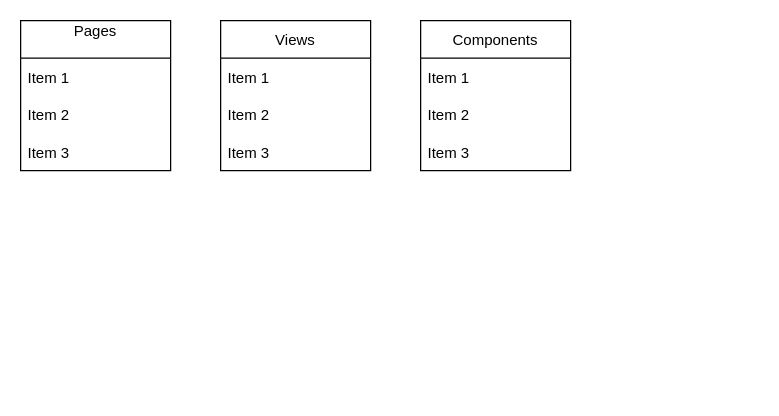
Shoam611/Tests-System keeps this draw.io diagram as page "Merge" (5 of 5) of UML-Server.drawio. Above is the earlier version. Source tidied: cells renumbered, new cells numbered last; positions are measured from the earlier drawing's top-left corner, leaving out a move shared by most shapes. Both pictures are drawn from the tidied source at 125%, with x=0, y=0 at pixel (20, 20).
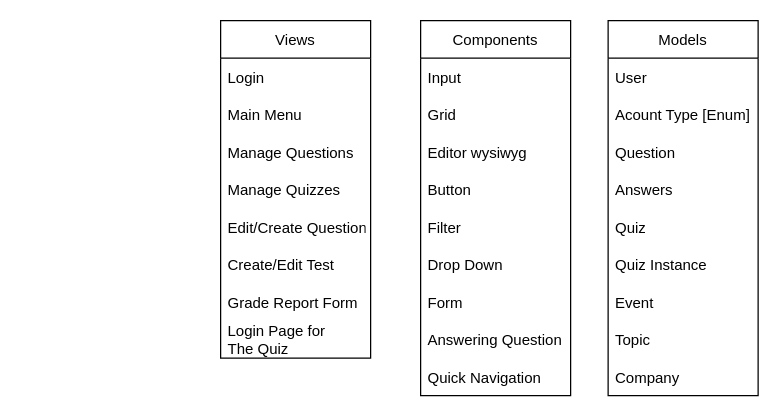
The same diagram, later.

Diff of the diagram source:
```diff
@@
-    <mxCell id="2" value="Pages&#10;" style="swimlane;fontStyle=0;horizontal=1;startSize=30;" parent="1" vertex="1">
-      <mxGeometry width="120" height="120" as="geometry" />
-    </mxCell>
-    <mxCell id="3" value="Item 1" style="text;strokeColor=none;fillColor=none;align=left;verticalAlign=middle;spacingLeft=4;spacingRight=4;overflow=hidden;" parent="2" vertex="1">
-      <mxGeometry y="30" width="120" height="30" as="geometry" />
-    </mxCell>
-    <mxCell id="4" value="Item 2" style="text;strokeColor=none;fillColor=none;align=left;verticalAlign=middle;spacingLeft=4;spacingRight=4;overflow=hidden;" parent="2" vertex="1">
-      <mxGeometry y="60" width="120" height="30" as="geometry" />
-    </mxCell>
-    <mxCell id="5" value="Item 3" style="text;strokeColor=none;fillColor=none;align=left;verticalAlign=middle;spacingLeft=4;spacingRight=4;overflow=hidden;" parent="2" vertex="1">
-      <mxGeometry y="90" width="120" height="30" as="geometry" />
-    </mxCell>
     <mxCell id="6" value="Views" style="swimlane;fontStyle=0;horizontal=1;startSize=30;" parent="1" vertex="1">
-      <mxGeometry x="160" width="120" height="120" as="geometry" />
+      <mxGeometry x="160" width="120" height="270" as="geometry" />
     </mxCell>
-    <mxCell id="7" value="Item 1" style="text;strokeColor=none;fillColor=none;align=left;verticalAlign=middle;spacingLeft=4;spacingRight=4;overflow=hidden;" parent="6" vertex="1">
+    <mxCell id="7" value="Login" style="text;strokeColor=none;fillColor=none;align=left;verticalAlign=middle;spacingLeft=4;spacingRight=4;overflow=hidden;" parent="6" vertex="1">
       <mxGeometry y="30" width="120" height="30" as="geometry" />
     </mxCell>
-    <mxCell id="8" value="Item 2" style="text;strokeColor=none;fillColor=none;align=left;verticalAlign=middle;spacingLeft=4;spacingRight=4;overflow=hidden;" parent="6" vertex="1">
+    <mxCell id="8" value="Main Menu" style="text;strokeColor=none;fillColor=none;align=left;verticalAlign=middle;spacingLeft=4;spacingRight=4;overflow=hidden;" parent="6" vertex="1">
       <mxGeometry y="60" width="120" height="30" as="geometry" />
     </mxCell>
-    <mxCell id="9" value="Item 3" style="text;strokeColor=none;fillColor=none;align=left;verticalAlign=middle;spacingLeft=4;spacingRight=4;overflow=hidden;" parent="6" vertex="1">
+    <mxCell id="9" value="Manage Questions" style="text;strokeColor=none;fillColor=none;align=left;verticalAlign=middle;spacingLeft=4;spacingRight=4;overflow=hidden;" parent="6" vertex="1">
       <mxGeometry y="90" width="120" height="30" as="geometry" />
     </mxCell>
+    <mxCell id="14" value="Manage Quizzes" style="text;strokeColor=none;fillColor=none;align=left;verticalAlign=middle;spacingLeft=4;spacingRight=4;overflow=hidden;" parent="6" vertex="1">
+      <mxGeometry y="120" width="120" height="30" as="geometry" />
+    </mxCell>
+    <mxCell id="15" value="Edit/Create Question" style="text;strokeColor=none;fillColor=none;align=left;verticalAlign=middle;spacingLeft=4;spacingRight=4;overflow=hidden;" parent="6" vertex="1">
+      <mxGeometry y="150" width="120" height="30" as="geometry" />
+    </mxCell>
+    <mxCell id="16" value="Create/Edit Test" style="text;strokeColor=none;fillColor=none;align=left;verticalAlign=middle;spacingLeft=4;spacingRight=4;overflow=hidden;" parent="6" vertex="1">
+      <mxGeometry y="180" width="120" height="30" as="geometry" />
+    </mxCell>
+    <mxCell id="17" value="Grade Report Form" style="text;strokeColor=none;fillColor=none;align=left;verticalAlign=middle;spacingLeft=4;spacingRight=4;overflow=hidden;" parent="6" vertex="1">
+      <mxGeometry y="210" width="120" height="30" as="geometry" />
+    </mxCell>
+    <mxCell id="18" value="Login Page for &#10;The Quiz" style="text;strokeColor=none;fillColor=none;align=left;verticalAlign=middle;spacingLeft=4;spacingRight=4;overflow=hidden;" parent="6" vertex="1">
+      <mxGeometry y="240" width="120" height="30" as="geometry" />
+    </mxCell>
     <mxCell id="10" value="Components" style="swimlane;fontStyle=0;horizontal=1;startSize=30;" parent="1" vertex="1">
-      <mxGeometry x="320" width="120" height="120" as="geometry" />
+      <mxGeometry x="320" width="120" height="300" as="geometry" />
     </mxCell>
-    <mxCell id="11" value="Item 1" style="text;strokeColor=none;fillColor=none;align=left;verticalAlign=middle;spacingLeft=4;spacingRight=4;overflow=hidden;" parent="10" vertex="1">
+    <mxCell id="11" value="Input" style="text;strokeColor=none;fillColor=none;align=left;verticalAlign=middle;spacingLeft=4;spacingRight=4;overflow=hidden;" parent="10" vertex="1">
       <mxGeometry y="30" width="120" height="30" as="geometry" />
     </mxCell>
-    <mxCell id="12" value="Item 2" style="text;strokeColor=none;fillColor=none;align=left;verticalAlign=middle;spacingLeft=4;spacingRight=4;overflow=hidden;" parent="10" vertex="1">
+    <mxCell id="12" value="Grid" style="text;strokeColor=none;fillColor=none;align=left;verticalAlign=middle;spacingLeft=4;spacingRight=4;overflow=hidden;" parent="10" vertex="1">
       <mxGeometry y="60" width="120" height="30" as="geometry" />
     </mxCell>
-    <mxCell id="13" value="Item 3" style="text;strokeColor=none;fillColor=none;align=left;verticalAlign=middle;spacingLeft=4;spacingRight=4;overflow=hidden;" parent="10" vertex="1">
+    <mxCell id="13" value="Editor wysiwyg" style="text;strokeColor=none;fillColor=none;align=left;verticalAlign=middle;spacingLeft=4;spacingRight=4;overflow=hidden;" parent="10" vertex="1">
       <mxGeometry y="90" width="120" height="30" as="geometry" />
     </mxCell>
+    <mxCell id="19" value="Button" style="text;strokeColor=none;fillColor=none;align=left;verticalAlign=middle;spacingLeft=4;spacingRight=4;overflow=hidden;" parent="10" vertex="1">
+      <mxGeometry y="120" width="120" height="30" as="geometry" />
+    </mxCell>
+    <mxCell id="20" value="Filter" style="text;strokeColor=none;fillColor=none;align=left;verticalAlign=middle;spacingLeft=4;spacingRight=4;overflow=hidden;" parent="10" vertex="1">
+      <mxGeometry y="150" width="120" height="30" as="geometry" />
+    </mxCell>
+    <mxCell id="21" value="Drop Down" style="text;strokeColor=none;fillColor=none;align=left;verticalAlign=middle;spacingLeft=4;spacingRight=4;overflow=hidden;" parent="10" vertex="1">
+      <mxGeometry y="180" width="120" height="30" as="geometry" />
+    </mxCell>
+    <mxCell id="22" value="Form" style="text;strokeColor=none;fillColor=none;align=left;verticalAlign=middle;spacingLeft=4;spacingRight=4;overflow=hidden;" parent="10" vertex="1">
+      <mxGeometry y="210" width="120" height="30" as="geometry" />
+    </mxCell>
+    <mxCell id="23" value="Answering Question" style="text;strokeColor=none;fillColor=none;align=left;verticalAlign=middle;spacingLeft=4;spacingRight=4;overflow=hidden;" parent="10" vertex="1">
+      <mxGeometry y="240" width="120" height="30" as="geometry" />
+    </mxCell>
+    <mxCell id="24" value="Quick Navigation" style="text;strokeColor=none;fillColor=none;align=left;verticalAlign=middle;spacingLeft=4;spacingRight=4;overflow=hidden;" parent="10" vertex="1">
+      <mxGeometry y="270" width="120" height="30" as="geometry" />
+    </mxCell>
+    <mxCell id="25" value="Models" style="swimlane;fontStyle=0;horizontal=1;startSize=30;" parent="1" vertex="1">
+      <mxGeometry x="470" width="120" height="300" as="geometry" />
+    </mxCell>
+    <mxCell id="26" value="User" style="text;strokeColor=none;fillColor=none;align=left;verticalAlign=middle;spacingLeft=4;spacingRight=4;overflow=hidden;" parent="25" vertex="1">
+      <mxGeometry y="30" width="120" height="30" as="geometry" />
+    </mxCell>
+    <mxCell id="27" value="Acount Type [Enum]" style="text;strokeColor=none;fillColor=none;align=left;verticalAlign=middle;spacingLeft=4;spacingRight=4;overflow=hidden;" parent="25" vertex="1">
+      <mxGeometry y="60" width="120" height="30" as="geometry" />
+    </mxCell>
+    <mxCell id="28" value="Question" style="text;strokeColor=none;fillColor=none;align=left;verticalAlign=middle;spacingLeft=4;spacingRight=4;overflow=hidden;" parent="25" vertex="1">
+      <mxGeometry y="90" width="120" height="30" as="geometry" />
+    </mxCell>
+    <mxCell id="29" value="Answers" style="text;strokeColor=none;fillColor=none;align=left;verticalAlign=middle;spacingLeft=4;spacingRight=4;overflow=hidden;" parent="25" vertex="1">
+      <mxGeometry y="120" width="120" height="30" as="geometry" />
+    </mxCell>
+    <mxCell id="30" value="Quiz" style="text;strokeColor=none;fillColor=none;align=left;verticalAlign=middle;spacingLeft=4;spacingRight=4;overflow=hidden;" parent="25" vertex="1">
+      <mxGeometry y="150" width="120" height="30" as="geometry" />
+    </mxCell>
+    <mxCell id="31" value="Quiz Instance" style="text;strokeColor=none;fillColor=none;align=left;verticalAlign=middle;spacingLeft=4;spacingRight=4;overflow=hidden;" parent="25" vertex="1">
+      <mxGeometry y="180" width="120" height="30" as="geometry" />
+    </mxCell>
+    <mxCell id="32" value="Event" style="text;strokeColor=none;fillColor=none;align=left;verticalAlign=middle;spacingLeft=4;spacingRight=4;overflow=hidden;" parent="25" vertex="1">
+      <mxGeometry y="210" width="120" height="30" as="geometry" />
+    </mxCell>
+    <mxCell id="33" value="Topic" style="text;strokeColor=none;fillColor=none;align=left;verticalAlign=middle;spacingLeft=4;spacingRight=4;overflow=hidden;" parent="25" vertex="1">
+      <mxGeometry y="240" width="120" height="30" as="geometry" />
+    </mxCell>
+    <mxCell id="34" value="Company" style="text;strokeColor=none;fillColor=none;align=left;verticalAlign=middle;spacingLeft=4;spacingRight=4;overflow=hidden;" parent="25" vertex="1">
+      <mxGeometry y="270" width="120" height="30" as="geometry" />
+    </mxCell>
```
